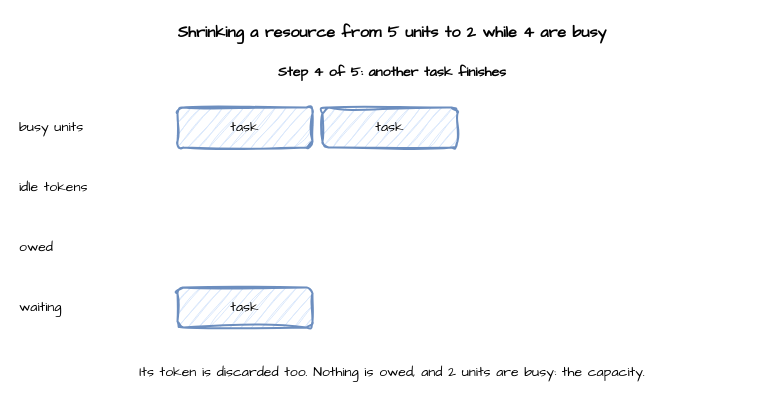
The draw.io diagram page "step 4" (4 of 5) of docs/assets/diagrams/resource-shrink.drawio in jaehyeon-kim/desflow, before the edit. Source tidied: cells renumbered, new cells numbered last; positions are measured from the earlier drawing's top-left corner, leaving out a move shared by most shapes. Both pictures are drawn from the tidied source at 100%, with x=0, y=0 at pixel (17, 17).
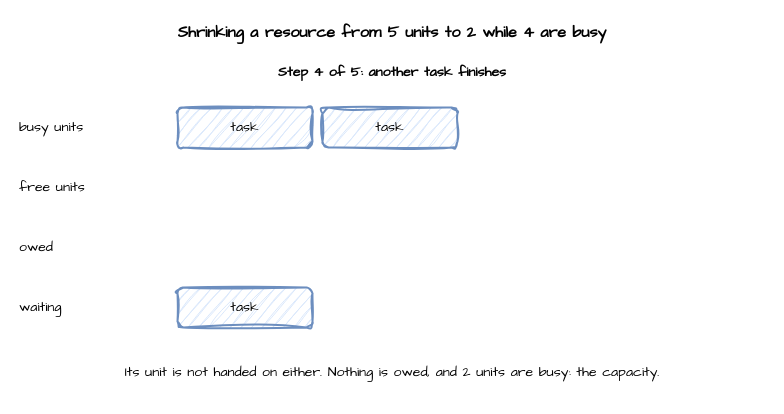
Above is the later version.

Change to the diagram source:
```diff
@@
 <mxGraphModel>
   <root>
     <mxCell id="0" />
     <mxCell id="1" parent="0" />
     <mxCell id="2" value="Shrinking a resource from 5 units to 2 while 4 are busy" style="text;html=1;align=center;verticalAlign=middle;whiteSpace=wrap;fontFamily=Comic Sans MS;fontSize=16;fontStyle=1;" parent="1" vertex="1">
       <mxGeometry width="750" height="30" as="geometry" />
     </mxCell>
     <mxCell id="3" value="Step 4 of 5: another task finishes" style="text;html=1;align=center;verticalAlign=middle;whiteSpace=wrap;html=1;sketch=1;curveFitting=1;jiggle=2;fontFamily=Comic Sans MS;fontSize=14;fontStyle=1;" parent="1" vertex="1">
       <mxGeometry y="40" width="750" height="30" as="geometry" />
     </mxCell>
     <mxCell id="4" value="busy units" style="text;html=1;align=center;verticalAlign=middle;whiteSpace=wrap;html=1;sketch=1;curveFitting=1;jiggle=2;fontFamily=Comic Sans MS;fontSize=14;align=left;" parent="1" vertex="1">
       <mxGeometry y="90" width="120" height="40" as="geometry" />
     </mxCell>
     <mxCell id="5" value="task" style="rounded=1;whiteSpace=wrap;html=1;sketch=1;curveFitting=1;jiggle=2;fontFamily=Comic Sans MS;fontSize=14;fillColor=#dae8fc;strokeColor=#6c8ebf;strokeWidth=2;" parent="1" vertex="1">
       <mxGeometry x="160" y="90" width="135" height="40" as="geometry" />
     </mxCell>
     <mxCell id="6" value="task" style="rounded=1;whiteSpace=wrap;html=1;sketch=1;curveFitting=1;jiggle=2;fontFamily=Comic Sans MS;fontSize=14;fillColor=#dae8fc;strokeColor=#6c8ebf;strokeWidth=2;" parent="1" vertex="1">
       <mxGeometry x="305" y="90" width="135" height="40" as="geometry" />
     </mxCell>
-    <mxCell id="7" value="idle tokens" style="text;html=1;align=center;verticalAlign=middle;whiteSpace=wrap;html=1;sketch=1;curveFitting=1;jiggle=2;fontFamily=Comic Sans MS;fontSize=14;align=left;" parent="1" vertex="1">
+    <mxCell id="7" value="free units" style="text;html=1;align=center;verticalAlign=middle;whiteSpace=wrap;html=1;sketch=1;curveFitting=1;jiggle=2;fontFamily=Comic Sans MS;fontSize=14;align=left;" parent="1" vertex="1">
       <mxGeometry y="150" width="120" height="40" as="geometry" />
     </mxCell>
     <mxCell id="8" value="owed" style="text;html=1;align=center;verticalAlign=middle;whiteSpace=wrap;html=1;sketch=1;curveFitting=1;jiggle=2;fontFamily=Comic Sans MS;fontSize=14;align=left;" parent="1" vertex="1">
       <mxGeometry y="210" width="120" height="40" as="geometry" />
     </mxCell>
     <mxCell id="9" value="waiting" style="text;html=1;align=center;verticalAlign=middle;whiteSpace=wrap;html=1;sketch=1;curveFitting=1;jiggle=2;fontFamily=Comic Sans MS;fontSize=14;align=left;" parent="1" vertex="1">
       <mxGeometry y="270" width="120" height="40" as="geometry" />
     </mxCell>
     <mxCell id="10" value="task" style="rounded=1;whiteSpace=wrap;html=1;sketch=1;curveFitting=1;jiggle=2;fontFamily=Comic Sans MS;fontSize=14;fillColor=#dae8fc;strokeColor=#6c8ebf;strokeWidth=2;" parent="1" vertex="1">
       <mxGeometry x="160" y="270" width="135" height="40" as="geometry" />
     </mxCell>
-    <mxCell id="11" value="Its token is discarded too. Nothing is owed, and 2 units are busy: the capacity." style="text;html=1;align=center;verticalAlign=middle;whiteSpace=wrap;html=1;sketch=1;curveFitting=1;jiggle=2;fontFamily=Comic Sans MS;fontSize=14;" parent="1" vertex="1">
+    <mxCell id="11" value="Its unit is not handed on either. Nothing is owed, and 2 units are busy: the capacity." style="text;html=1;align=center;verticalAlign=middle;whiteSpace=wrap;html=1;sketch=1;curveFitting=1;jiggle=2;fontFamily=Comic Sans MS;fontSize=14;" parent="1" vertex="1">
       <mxGeometry y="330" width="750" height="50" as="geometry" />
     </mxCell>
   </root>
 </mxGraphModel>
```
